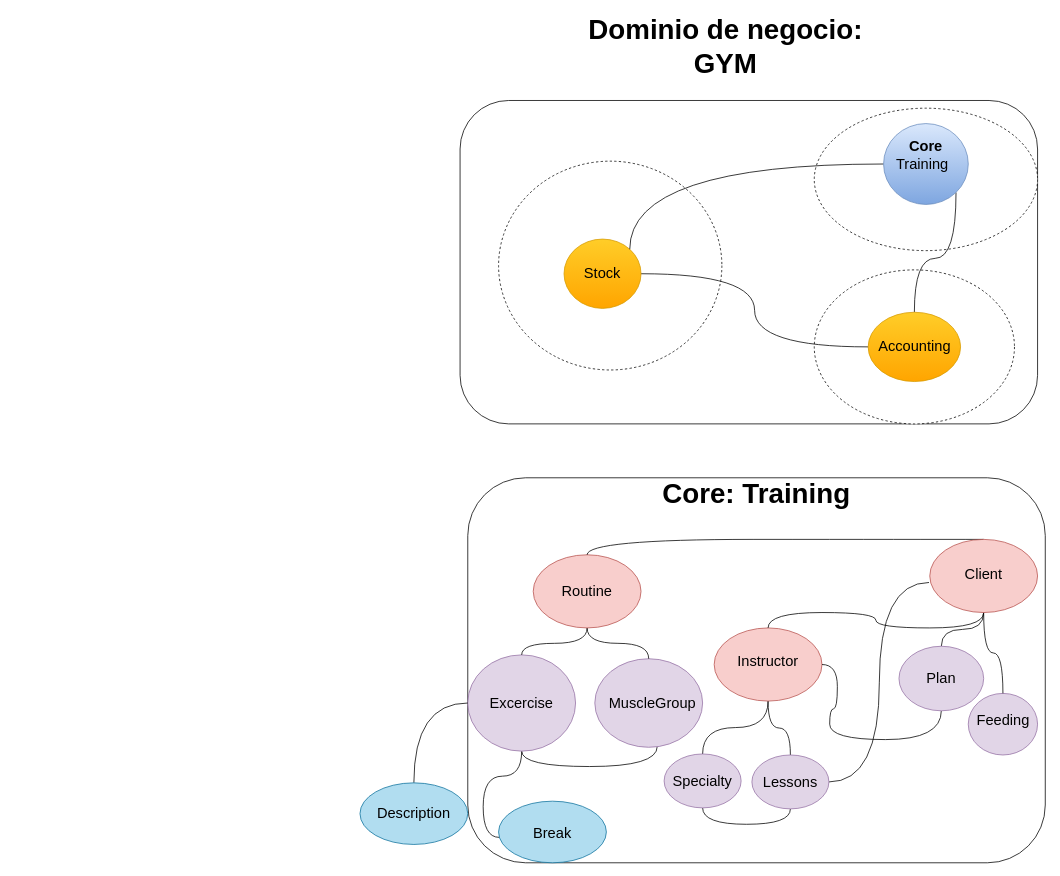
This is page "Analisis" (1 of 3) of BigPictureGym.drawio from Ruiz16-17/Sofka_DDD_Big_Picture_ModelamientoDominio, a draw.io file, before an edit. Source tidied: cells renumbered, new cells numbered last; positions are measured from the earlier drawing's top-left corner, leaving out a move shared by most shapes. Both pictures are drawn from the tidied source at 77%, with x=0, y=0 at pixel (360, 15).
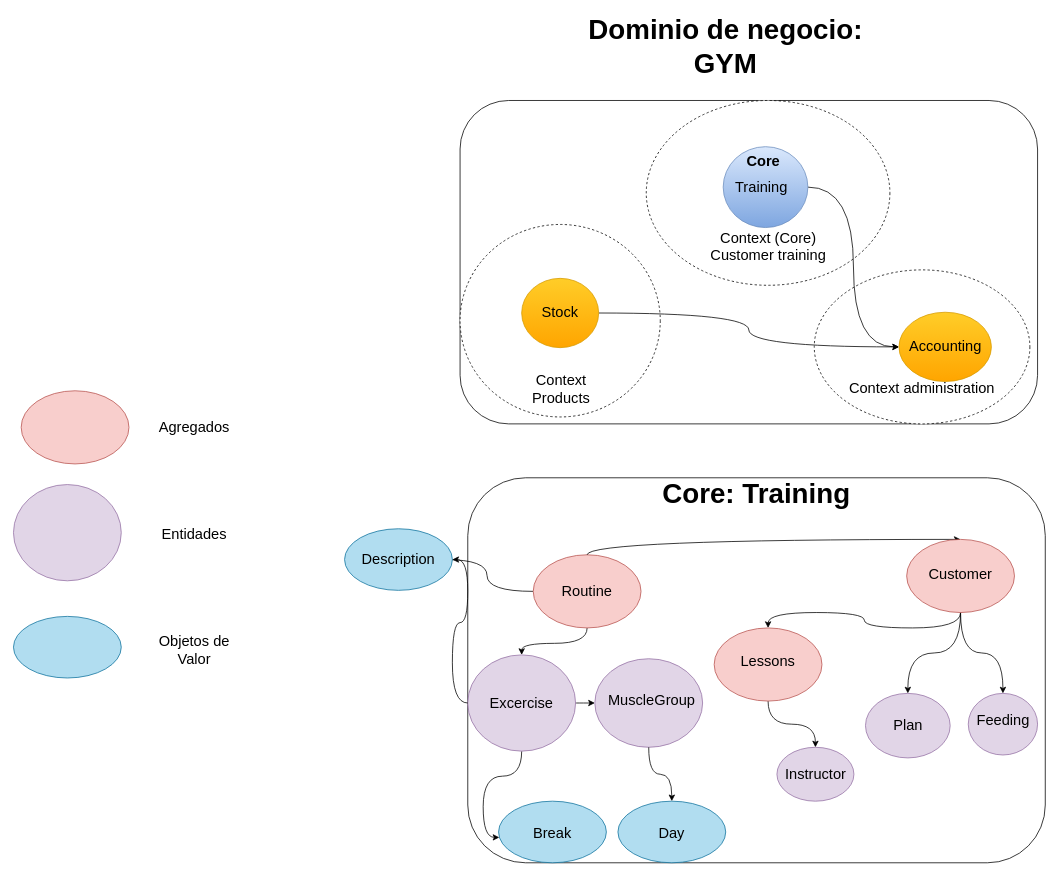
The same page after the edit.

Unchanged cells that the change refers to:
```xml
<mxCell id="20" style="ellipse;whiteSpace=wrap;html=1;fontFamily=Helvetica;fillColor=#e1d5e7;strokeColor=#9673a6;" parent="1" vertex="1">
  <mxGeometry x="140" y="830" width="140" height="125" as="geometry" />
</mxCell>
<mxCell id="22" style="ellipse;whiteSpace=wrap;html=1;fontFamily=Helvetica;fillColor=#e1d5e7;strokeColor=#9673a6;" parent="1" vertex="1">
  <mxGeometry x="305" y="835" width="140" height="115" as="geometry" />
</mxCell>
<mxCell id="26" style="ellipse;whiteSpace=wrap;html=1;fontFamily=Helvetica;fillColor=#f8cecc;strokeColor=#b85450;" parent="1" vertex="1">
  <mxGeometry x="225" y="700" width="140" height="95" as="geometry" />
</mxCell>
<mxCell id="28" style="ellipse;whiteSpace=wrap;html=1;fontFamily=Helvetica;fillColor=#b1ddf0;strokeColor=#10739e;" parent="1" vertex="1">
  <mxGeometry x="180" y="1020" width="140" height="80" as="geometry" />
</mxCell>
<mxCell id="30" style="ellipse;whiteSpace=wrap;html=1;fontFamily=Helvetica;fillColor=#e1d5e7;strokeColor=#9673a6;" parent="1" vertex="1">
  <mxGeometry x="790" y="880" width="90" height="80" as="geometry" />
</mxCell>
<mxCell id="34" style="ellipse;whiteSpace=wrap;html=1;fontFamily=Helvetica;fillColor=#f8cecc;strokeColor=#b85450;" parent="1" vertex="1">
  <mxGeometry x="460" y="795" width="140" height="95" as="geometry" />
</mxCell>
```

What changed in the source:
```diff
@@
     <mxCell id="3" style="ellipse;whiteSpace=wrap;html=1;dashed=1;" parent="1" vertex="1">
-      <mxGeometry x="180" y="188.8" width="290" height="271.2" as="geometry" />
+      <mxGeometry x="130" y="271" width="260" height="250" as="geometry" />
     </mxCell>
     <mxCell id="4" style="ellipse;whiteSpace=wrap;html=1;dashed=1;" parent="1" vertex="1">
-      <mxGeometry x="590" y="330" width="260" height="200" as="geometry" />
+      <mxGeometry x="590" y="330" width="280" height="200" as="geometry" />
     </mxCell>
     <mxCell id="5" style="ellipse;whiteSpace=wrap;html=1;dashed=1;" parent="1" vertex="1">
-      <mxGeometry x="590" y="120" width="290" height="185" as="geometry" />
+      <mxGeometry x="371.8" y="110" width="316.4" height="240" as="geometry" />
     </mxCell>
@@
-    <mxCell id="7" style="edgeStyle=orthogonalEdgeStyle;curved=1;rounded=0;jettySize=auto;html=1;entryX=0;entryY=0.5;entryDx=0;entryDy=0;endArrow=none;endFill=0;" parent="1" edge="1" source="8" target="10">
+    <mxCell id="7" style="edgeStyle=orthogonalEdgeStyle;curved=1;rounded=0;jettySize=auto;html=1;entryX=0;entryY=0.5;entryDx=0;entryDy=0;endArrow=classic;endFill=1;" parent="1" edge="1" source="8" target="10">
       <mxGeometry relative="1" as="geometry" />
     </mxCell>
     <mxCell id="8" style="ellipse;whiteSpace=wrap;html=1;fontFamily=Helvetica;gradientColor=#ffa500;fillColor=#ffcd28;strokeColor=#d79b00;" parent="1" vertex="1">
-      <mxGeometry x="265" y="290" width="100" height="90" as="geometry" />
+      <mxGeometry x="210" y="341" width="100" height="90" as="geometry" />
     </mxCell>
-    <mxCell id="9" style="edgeStyle=orthogonalEdgeStyle;curved=1;rounded=0;jettySize=auto;html=1;entryX=1;entryY=1;entryDx=0;entryDy=0;fontFamily=Helvetica;fontSize=19;endArrow=none;endFill=0;" parent="1" edge="1" source="10" target="12">
+    <mxCell id="9" style="edgeStyle=orthogonalEdgeStyle;curved=1;rounded=0;jettySize=auto;html=1;entryX=1;entryY=0.5;entryDx=0;entryDy=0;fontFamily=Helvetica;fontSize=19;endArrow=none;endFill=0;startArrow=classic;startFill=1;" parent="1" edge="1" source="10" target="12">
       <mxGeometry relative="1" as="geometry" />
     </mxCell>
     <mxCell id="10" style="ellipse;whiteSpace=wrap;html=1;gradientColor=#ffa500;fillColor=#ffcd28;strokeColor=#d79b00;" parent="1" vertex="1">
-      <mxGeometry x="660" y="385" width="120" height="90" as="geometry" />
+      <mxGeometry x="700" y="385" width="120" height="90" as="geometry" />
     </mxCell>
-    <mxCell id="11" style="edgeStyle=orthogonalEdgeStyle;curved=1;rounded=0;jettySize=auto;html=1;entryX=1;entryY=0;entryDx=0;entryDy=0;fontFamily=Helvetica;fontSize=19;endArrow=none;endFill=0;" parent="1" edge="1" source="12" target="8">
-      <mxGeometry relative="1" as="geometry" />
-    </mxCell>
     <mxCell id="12" style="ellipse;whiteSpace=wrap;html=1;gradientColor=#7ea6e0;fillColor=#dae8fc;strokeColor=#6c8ebf;" parent="1" vertex="1">
-      <mxGeometry x="680" y="140" width="110" height="105" as="geometry" />
+      <mxGeometry x="471.7" y="170" width="110" height="105" as="geometry" />
     </mxCell>
@@
     <mxCell id="15" value="Training" style="text;html=1;strokeColor=none;fillColor=none;align=center;verticalAlign=middle;whiteSpace=wrap;rounded=0;fontFamily=Helvetica;fontSize=19;" parent="1" vertex="1">
-      <mxGeometry x="683.5" y="182.5" width="93" height="20" as="geometry" />
+      <mxGeometry x="475.2" y="212.5" width="93" height="20" as="geometry" />
     </mxCell>
     <mxCell id="16" value="Stock" style="text;html=1;strokeColor=none;fillColor=none;align=center;verticalAlign=middle;whiteSpace=wrap;rounded=0;fontFamily=Helvetica;fontSize=19;" parent="1" vertex="1">
-      <mxGeometry x="295" y="325" width="40" height="20" as="geometry" />
+      <mxGeometry x="240" y="376" width="40" height="20" as="geometry" />
     </mxCell>
     <mxCell id="17" value="Core" style="text;html=1;strokeColor=none;fillColor=none;align=center;verticalAlign=middle;whiteSpace=wrap;rounded=0;fontFamily=Helvetica;fontSize=19;fontStyle=1;" parent="1" vertex="1">
-      <mxGeometry x="715" y="160" width="40" height="20" as="geometry" />
+      <mxGeometry x="504" y="180" width="40" height="20" as="geometry" />
     </mxCell>
-    <mxCell id="18" style="edgeStyle=orthogonalEdgeStyle;curved=1;rounded=0;jettySize=auto;html=1;entryX=0.579;entryY=0.991;entryDx=0;entryDy=0;entryPerimeter=0;fontFamily=Helvetica;fontSize=19;endArrow=none;endFill=0;exitX=0.5;exitY=1;exitDx=0;exitDy=0;" parent="1" edge="1" source="20" target="22">
+    <mxCell id="18" style="edgeStyle=orthogonalEdgeStyle;curved=1;rounded=0;jettySize=auto;html=1;entryX=0;entryY=0.5;entryDx=0;entryDy=0;fontFamily=Helvetica;fontSize=19;endArrow=classic;endFill=1;exitX=1;exitY=0.5;exitDx=0;exitDy=0;" parent="1" edge="1" source="20" target="22">
       <mxGeometry relative="1" as="geometry" />
     </mxCell>
-    <mxCell id="19" style="edgeStyle=orthogonalEdgeStyle;curved=1;rounded=0;jettySize=auto;html=1;entryX=0.007;entryY=0.588;entryDx=0;entryDy=0;entryPerimeter=0;endArrow=none;endFill=0;" parent="1" edge="1" source="20" target="28">
+    <mxCell id="19" style="edgeStyle=orthogonalEdgeStyle;curved=1;rounded=0;jettySize=auto;html=1;entryX=0.007;entryY=0.588;entryDx=0;entryDy=0;entryPerimeter=0;endArrow=classic;endFill=1;" parent="1" edge="1" source="20" target="28">
       <mxGeometry relative="1" as="geometry" />
     </mxCell>
@@
     <mxCell id="23" value="MuscleGroup" style="text;html=1;strokeColor=none;fillColor=none;align=center;verticalAlign=middle;whiteSpace=wrap;rounded=0;fontFamily=Helvetica;fontSize=19;" parent="1" vertex="1">
-      <mxGeometry x="315" y="878.8" width="130" height="27.5" as="geometry" />
+      <mxGeometry x="313.5" y="875" width="130" height="27.5" as="geometry" />
     </mxCell>
-    <mxCell id="24" style="edgeStyle=orthogonalEdgeStyle;curved=1;rounded=0;jettySize=auto;html=1;entryX=0.5;entryY=0;entryDx=0;entryDy=0;fontFamily=Helvetica;fontSize=19;endArrow=none;endFill=0;" parent="1" edge="1" source="26" target="20">
+    <mxCell id="24" style="edgeStyle=orthogonalEdgeStyle;curved=1;rounded=0;jettySize=auto;html=1;entryX=0.5;entryY=0;entryDx=0;entryDy=0;fontFamily=Helvetica;fontSize=19;endArrow=classic;endFill=1;" parent="1" edge="1" source="26" target="20">
       <mxGeometry relative="1" as="geometry" />
     </mxCell>
-    <mxCell id="25" style="edgeStyle=orthogonalEdgeStyle;curved=1;rounded=0;jettySize=auto;html=1;fontFamily=Helvetica;fontSize=19;endArrow=none;endFill=0;" parent="1" edge="1" source="26" target="22">
-      <mxGeometry relative="1" as="geometry" />
-    </mxCell>
+    <mxCell id="55" style="edgeStyle=orthogonalEdgeStyle;rounded=0;jettySize=auto;html=1;entryX=1;entryY=0.5;entryDx=0;entryDy=0;startArrow=none;startFill=0;endArrow=classic;endFill=1;curved=1;" parent="1" edge="1" source="26" target="54">
+      <mxGeometry relative="1" as="geometry" />
+    </mxCell>
@@
-    <mxCell id="32" style="edgeStyle=orthogonalEdgeStyle;curved=1;rounded=0;jettySize=auto;html=1;entryX=0.5;entryY=0;entryDx=0;entryDy=0;endArrow=none;endFill=0;" parent="1" edge="1" source="34" target="47">
-      <mxGeometry relative="1" as="geometry" />
-    </mxCell>
-    <mxCell id="33" style="edgeStyle=orthogonalEdgeStyle;curved=1;rounded=0;jettySize=auto;html=1;entryX=0.5;entryY=0;entryDx=0;entryDy=0;endArrow=none;endFill=0;" parent="1" edge="1" source="34" target="50">
+    <mxCell id="33" style="edgeStyle=orthogonalEdgeStyle;curved=1;rounded=0;jettySize=auto;html=1;entryX=0.5;entryY=0;entryDx=0;entryDy=0;endArrow=classic;endFill=1;" parent="1" edge="1" source="34" target="50">
       <mxGeometry relative="1" as="geometry" />
     </mxCell>
@@
-    <mxCell id="35" style="edgeStyle=orthogonalEdgeStyle;curved=1;rounded=0;jettySize=auto;html=1;endArrow=none;endFill=0;exitX=0.5;exitY=0;exitDx=0;exitDy=0;" parent="1" edge="1" source="34" target="41">
+    <mxCell id="35" style="edgeStyle=orthogonalEdgeStyle;curved=1;rounded=0;jettySize=auto;html=1;endArrow=none;endFill=0;exitX=0.5;exitY=0;exitDx=0;exitDy=0;startArrow=classic;startFill=1;" parent="1" edge="1" source="34" target="41">
       <mxGeometry relative="1" as="geometry" />
     </mxCell>
-    <mxCell id="36" value="Instructor" style="text;html=1;strokeColor=none;fillColor=none;align=center;verticalAlign=middle;whiteSpace=wrap;rounded=0;fontFamily=Helvetica;fontSize=19;" parent="1" vertex="1">
+    <mxCell id="36" value="Lessons" style="text;html=1;strokeColor=none;fillColor=none;align=center;verticalAlign=middle;whiteSpace=wrap;rounded=0;fontFamily=Helvetica;fontSize=19;" parent="1" vertex="1">
       <mxGeometry x="475" y="818.8" width="110" height="41.2" as="geometry" />
     </mxCell>
     <mxCell id="37" value="Accounting" style="text;html=1;strokeColor=none;fillColor=none;align=center;verticalAlign=middle;whiteSpace=wrap;rounded=0;fontFamily=Helvetica;fontSize=19;" parent="1" vertex="1">
-      <mxGeometry x="673.5" y="420" width="93" height="20" as="geometry" />
+      <mxGeometry x="713.5" y="420" width="93" height="20" as="geometry" />
     </mxCell>
-    <mxCell id="38" style="edgeStyle=orthogonalEdgeStyle;curved=1;rounded=0;jettySize=auto;html=1;endArrow=none;endFill=0;" parent="1" edge="1" source="41" target="30">
+    <mxCell id="38" style="edgeStyle=orthogonalEdgeStyle;curved=1;rounded=0;jettySize=auto;html=1;endArrow=classic;endFill=1;" parent="1" edge="1" source="41" target="30">
       <mxGeometry relative="1" as="geometry" />
     </mxCell>
-    <mxCell id="39" style="edgeStyle=orthogonalEdgeStyle;curved=1;rounded=0;jettySize=auto;html=1;endArrow=none;endFill=0;" parent="1" edge="1" source="41" target="44">
+    <mxCell id="39" style="edgeStyle=orthogonalEdgeStyle;curved=1;rounded=0;jettySize=auto;html=1;endArrow=classic;endFill=1;" parent="1" edge="1" source="41" target="44">
       <mxGeometry relative="1" as="geometry" />
     </mxCell>
-    <mxCell id="40" style="edgeStyle=orthogonalEdgeStyle;curved=1;rounded=0;jettySize=auto;html=1;entryX=0.5;entryY=0;entryDx=0;entryDy=0;endArrow=none;endFill=0;" parent="1" edge="1" source="41" target="26">
+    <mxCell id="40" style="edgeStyle=orthogonalEdgeStyle;curved=1;rounded=0;jettySize=auto;html=1;entryX=0.5;entryY=0;entryDx=0;entryDy=0;endArrow=none;endFill=0;startArrow=classic;startFill=1;" parent="1" edge="1" source="41" target="26">
       <mxGeometry relative="1" as="geometry">
         <Array as="points">
           <mxPoint x="726" y="680" />
           <mxPoint x="295" y="680" />
         </Array>
       </mxGeometry>
     </mxCell>
     <mxCell id="41" style="ellipse;whiteSpace=wrap;html=1;fontFamily=Helvetica;fillColor=#f8cecc;strokeColor=#b85450;" parent="1" vertex="1">
-      <mxGeometry x="740" y="680" width="140" height="95" as="geometry" />
+      <mxGeometry x="710" y="680" width="140" height="95" as="geometry" />
     </mxCell>
-    <mxCell id="42" value="Client" style="text;html=1;strokeColor=none;fillColor=none;align=center;verticalAlign=middle;whiteSpace=wrap;rounded=0;fontFamily=Helvetica;fontSize=19;" parent="1" vertex="1">
-      <mxGeometry x="755" y="705" width="110" height="41.2" as="geometry" />
+    <mxCell id="42" value="Customer" style="text;html=1;strokeColor=none;fillColor=none;align=center;verticalAlign=middle;whiteSpace=wrap;rounded=0;fontFamily=Helvetica;fontSize=19;" parent="1" vertex="1">
+      <mxGeometry x="725" y="705" width="110" height="41.2" as="geometry" />
     </mxCell>
-    <mxCell id="43" style="edgeStyle=orthogonalEdgeStyle;curved=1;rounded=0;jettySize=auto;html=1;entryX=1;entryY=0.5;entryDx=0;entryDy=0;endArrow=none;endFill=0;" parent="1" edge="1" source="44" target="34">
-      <mxGeometry relative="1" as="geometry">
-        <Array as="points">
-          <mxPoint x="755" y="940" />
-          <mxPoint x="610" y="940" />
-          <mxPoint x="610" y="900" />
-          <mxPoint x="620" y="900" />
-          <mxPoint x="620" y="843" />
-        </Array>
-      </mxGeometry>
-    </mxCell>
     <mxCell id="44" style="ellipse;whiteSpace=wrap;html=1;fontFamily=Helvetica;fillColor=#e1d5e7;strokeColor=#9673a6;" parent="1" vertex="1">
-      <mxGeometry x="700" y="818.8" width="110" height="83.8" as="geometry" />
+      <mxGeometry x="656.5" y="880" width="110" height="83.8" as="geometry" />
     </mxCell>
     <mxCell id="45" value="Plan" style="text;html=1;strokeColor=none;fillColor=none;align=center;verticalAlign=middle;whiteSpace=wrap;rounded=0;fontFamily=Helvetica;fontSize=19;" parent="1" vertex="1">
-      <mxGeometry x="700" y="846.9" width="110" height="27.5" as="geometry" />
+      <mxGeometry x="656.5" y="908.1" width="110" height="27.5" as="geometry" />
     </mxCell>
-    <mxCell id="46" style="edgeStyle=orthogonalEdgeStyle;curved=1;rounded=0;jettySize=auto;html=1;entryX=0.5;entryY=1;entryDx=0;entryDy=0;endArrow=none;endFill=0;exitX=0.5;exitY=1;exitDx=0;exitDy=0;" parent="1" edge="1" source="47" target="50">
-      <mxGeometry relative="1" as="geometry" />
-    </mxCell>
-    <mxCell id="47" style="ellipse;whiteSpace=wrap;html=1;fontFamily=Helvetica;fillColor=#e1d5e7;strokeColor=#9673a6;" parent="1" vertex="1">
-      <mxGeometry x="395" y="958.7" width="100" height="70" as="geometry" />
-    </mxCell>
-    <mxCell id="48" value="Specialty" style="text;html=1;strokeColor=none;fillColor=none;align=center;verticalAlign=middle;whiteSpace=wrap;rounded=0;fontFamily=Helvetica;fontSize=19;" parent="1" vertex="1">
-      <mxGeometry x="390" y="981.2" width="110" height="27.5" as="geometry" />
-    </mxCell>
-    <mxCell id="49" style="edgeStyle=orthogonalEdgeStyle;curved=1;rounded=0;jettySize=auto;html=1;entryX=-0.007;entryY=0.589;entryDx=0;entryDy=0;entryPerimeter=0;endArrow=none;endFill=0;" parent="1" edge="1" source="50" target="41">
-      <mxGeometry relative="1" as="geometry" />
-    </mxCell>
     <mxCell id="50" style="ellipse;whiteSpace=wrap;html=1;fontFamily=Helvetica;fillColor=#e1d5e7;strokeColor=#9673a6;" parent="1" vertex="1">
-      <mxGeometry x="509" y="960" width="100" height="70" as="geometry" />
+      <mxGeometry x="541.5" y="950" width="100" height="70" as="geometry" />
     </mxCell>
-    <mxCell id="51" value="Lessons" style="text;html=1;strokeColor=none;fillColor=none;align=center;verticalAlign=middle;whiteSpace=wrap;rounded=0;fontFamily=Helvetica;fontSize=19;" parent="1" vertex="1">
-      <mxGeometry x="504" y="982.5" width="110" height="27.5" as="geometry" />
+    <mxCell id="51" value="Instructor" style="text;html=1;strokeColor=none;fillColor=none;align=center;verticalAlign=middle;whiteSpace=wrap;rounded=0;fontFamily=Helvetica;fontSize=19;" parent="1" vertex="1">
+      <mxGeometry x="536.5" y="972.5" width="110" height="27.5" as="geometry" />
     </mxCell>
-    <mxCell id="52" style="edgeStyle=orthogonalEdgeStyle;curved=1;rounded=0;jettySize=auto;html=1;entryX=0;entryY=0.5;entryDx=0;entryDy=0;endArrow=none;endFill=0;" parent="1" edge="1" source="53" target="20">
+    <mxCell id="52" style="edgeStyle=orthogonalEdgeStyle;curved=1;rounded=0;jettySize=auto;html=1;entryX=0;entryY=0.5;entryDx=0;entryDy=0;endArrow=none;endFill=0;startArrow=classic;startFill=1;" parent="1" edge="1" source="53" target="20">
       <mxGeometry relative="1" as="geometry" />
     </mxCell>
     <mxCell id="53" style="ellipse;whiteSpace=wrap;html=1;fontFamily=Helvetica;fillColor=#b1ddf0;strokeColor=#10739e;" parent="1" vertex="1">
-      <mxGeometry y="996.2" width="140" height="80" as="geometry" />
+      <mxGeometry x="-20" y="666.2" width="140" height="80" as="geometry" />
     </mxCell>
     <mxCell id="54" value="Description" style="text;html=1;strokeColor=none;fillColor=none;align=center;verticalAlign=middle;whiteSpace=wrap;rounded=0;fontFamily=Helvetica;fontSize=19;" parent="1" vertex="1">
-      <mxGeometry x="15" y="1022.5" width="110" height="27.5" as="geometry" />
+      <mxGeometry x="-5" y="692.5" width="110" height="27.5" as="geometry" />
     </mxCell>
+    <mxCell id="56" style="ellipse;whiteSpace=wrap;html=1;fontFamily=Helvetica;fillColor=#f8cecc;strokeColor=#b85450;" parent="1" vertex="1">
+      <mxGeometry x="-440" y="487" width="140" height="95" as="geometry" />
+    </mxCell>
+    <mxCell id="57" value="Agregados" style="text;html=1;strokeColor=none;fillColor=none;align=center;verticalAlign=middle;whiteSpace=wrap;rounded=0;fontFamily=Helvetica;fontSize=19;" parent="1" vertex="1">
+      <mxGeometry x="-270" y="521" width="110" height="27.5" as="geometry" />
+    </mxCell>
+    <mxCell id="58" style="ellipse;whiteSpace=wrap;html=1;fontFamily=Helvetica;fillColor=#e1d5e7;strokeColor=#9673a6;" parent="1" vertex="1">
+      <mxGeometry x="-450" y="608.8" width="140" height="125" as="geometry" />
+    </mxCell>
+    <mxCell id="59" value="Entidades" style="text;html=1;strokeColor=none;fillColor=none;align=center;verticalAlign=middle;whiteSpace=wrap;rounded=0;fontFamily=Helvetica;fontSize=19;" parent="1" vertex="1">
+      <mxGeometry x="-270" y="660" width="110" height="27.5" as="geometry" />
+    </mxCell>
+    <mxCell id="60" style="ellipse;whiteSpace=wrap;html=1;fontFamily=Helvetica;fillColor=#b1ddf0;strokeColor=#10739e;" parent="1" vertex="1">
+      <mxGeometry x="-450" y="780" width="140" height="80" as="geometry" />
+    </mxCell>
+    <mxCell id="61" value="Objetos de Valor" style="text;html=1;strokeColor=none;fillColor=none;align=center;verticalAlign=middle;whiteSpace=wrap;rounded=0;fontFamily=Helvetica;fontSize=19;" parent="1" vertex="1">
+      <mxGeometry x="-270" y="810" width="110" height="27.5" as="geometry" />
+    </mxCell>
+    <mxCell id="62" value="Context (Core) Customer training" style="text;html=1;strokeColor=none;fillColor=none;align=center;verticalAlign=middle;whiteSpace=wrap;rounded=0;fontFamily=Helvetica;fontSize=19;" parent="1" vertex="1">
+      <mxGeometry x="447.6" y="280" width="164.8" height="40" as="geometry" />
+    </mxCell>
+    <mxCell id="63" value="Context Products" style="text;html=1;strokeColor=none;fillColor=none;align=center;verticalAlign=middle;whiteSpace=wrap;rounded=0;fontFamily=Helvetica;fontSize=19;" parent="1" vertex="1">
+      <mxGeometry x="195" y="475" width="133" height="20" as="geometry" />
+    </mxCell>
+    <mxCell id="64" value="Context&amp;nbsp;administration" style="text;html=1;strokeColor=none;fillColor=none;align=center;verticalAlign=middle;whiteSpace=wrap;rounded=0;fontFamily=Helvetica;fontSize=19;" parent="1" vertex="1">
+      <mxGeometry x="641" y="475" width="178" height="20" as="geometry" />
+    </mxCell>
+    <mxCell id="65" style="edgeStyle=orthogonalEdgeStyle;rounded=0;jettySize=auto;html=1;startArrow=classic;startFill=1;endArrow=none;endFill=0;curved=1;" parent="1" edge="1" source="66" target="22">
+      <mxGeometry relative="1" as="geometry" />
+    </mxCell>
+    <mxCell id="66" style="ellipse;whiteSpace=wrap;html=1;fontFamily=Helvetica;fillColor=#b1ddf0;strokeColor=#10739e;" parent="1" vertex="1">
+      <mxGeometry x="335" y="1020" width="140" height="80" as="geometry" />
+    </mxCell>
+    <mxCell id="67" value="Day" style="text;html=1;strokeColor=none;fillColor=none;align=center;verticalAlign=middle;whiteSpace=wrap;rounded=0;fontFamily=Helvetica;fontSize=19;" parent="1" vertex="1">
+      <mxGeometry x="350" y="1048.7" width="110" height="27.5" as="geometry" />
+    </mxCell>
```
